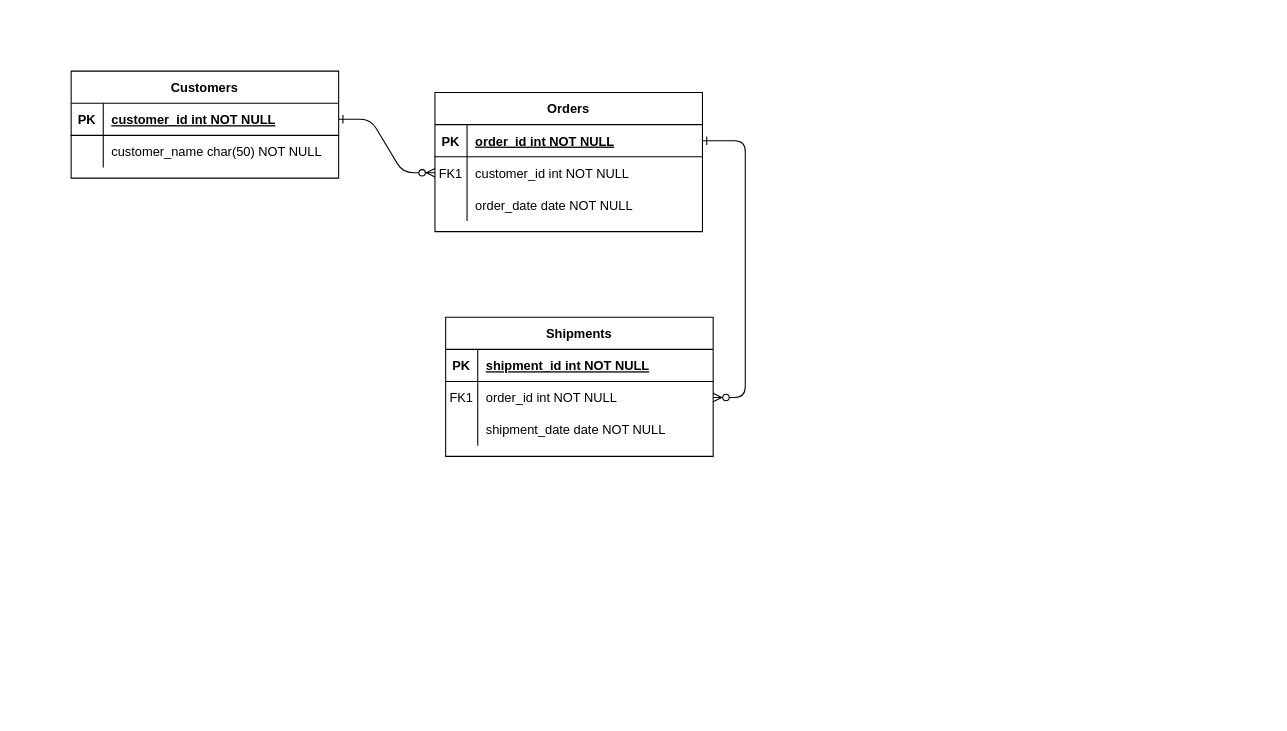
AgilRazzan/test keeps this draw.io diagram as E-commerce_DB_managemet.drawio. Above is the earlier version. Source tidied: cells renumbered, new cells numbered last; positions are measured from the earlier drawing's top-left corner, leaving out a move shared by most shapes. Both pictures are drawn from the tidied source at 107%, with x=0, y=0 at pixel (71, 71).
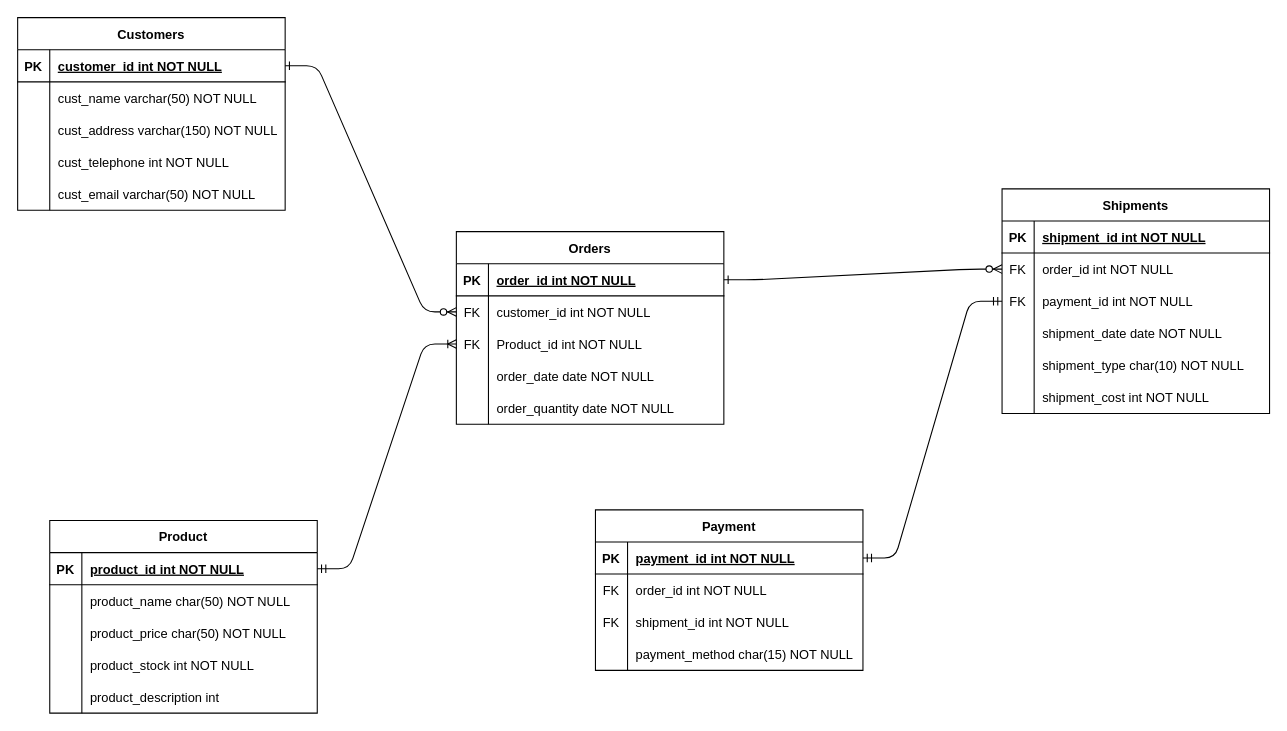
The same diagram, later.

Unchanged cells that the change refers to:
```xml
<mxCell id="8" style="shape=partialRectangle;fillColor=none;points=[[0,0.5],[1,0.5]];portConstraint=eastwest;top=0;left=0;right=0;bottom=0;" parent="4" vertex="1">
  <mxGeometry y="60" width="250" height="30" as="geometry" />
</mxCell>
<mxCell id="18" style="shape=partialRectangle;fillColor=none;points=[[0,0.5],[1,0.5]];portConstraint=eastwest;top=0;left=0;right=0;bottom=0;" parent="14" vertex="1">
  <mxGeometry y="60" width="250" height="30" as="geometry" />
</mxCell>
<mxCell id="28" style="shape=partialRectangle;fillColor=none;top=0;left=0;right=0;bottom=0;" parent="24" vertex="1">
  <mxGeometry y="60" width="250" height="30" as="geometry" />
</mxCell>
```

Change to the diagram source:
```diff
@@
     <mxCell id="4" value="Orders" style="shape=table;startSize=30;childLayout=tableLayout;rowLines=0;fontStyle=1;align=center;" parent="1" vertex="1">
-      <mxGeometry x="340" y="20" width="250" height="130" as="geometry" />
+      <mxGeometry x="360" y="150" width="250" height="180" as="geometry" />
     </mxCell>
@@
-    <mxCell id="9" value="FK1" style="shape=partialRectangle;overflow=hidden;fillColor=none;top=0;left=0;bottom=0;right=0;" parent="8" vertex="1">
+    <mxCell id="9" value="FK" style="shape=partialRectangle;overflow=hidden;fillColor=none;top=0;left=0;bottom=0;right=0;" parent="8" vertex="1">
       <mxGeometry width="30" height="30" as="geometry" />
     </mxCell>
@@
+    <mxCell id="31" style="shape=partialRectangle;fillColor=none;points=[[0,0.5],[1,0.5]];portConstraint=eastwest;top=0;left=0;right=0;bottom=0;" parent="4" vertex="1">
+      <mxGeometry y="90" width="250" height="30" as="geometry" />
+    </mxCell>
+    <mxCell id="32" value="FK" style="shape=partialRectangle;overflow=hidden;fillColor=none;top=0;left=0;bottom=0;right=0;" parent="31" vertex="1">
+      <mxGeometry width="30" height="30" as="geometry" />
+    </mxCell>
+    <mxCell id="33" value="Product_id int NOT NULL" style="shape=partialRectangle;overflow=hidden;fillColor=none;top=0;left=0;bottom=0;right=0;align=left;spacingLeft=6;" parent="31" vertex="1">
+      <mxGeometry x="30" width="220" height="30" as="geometry" />
+    </mxCell>
     <mxCell id="11" style="shape=partialRectangle;fillColor=none;top=0;left=0;right=0;bottom=0;" parent="4" vertex="1">
-      <mxGeometry y="90" width="250" height="30" as="geometry" />
+      <mxGeometry y="120" width="250" height="30" as="geometry" />
     </mxCell>
@@
+    <mxCell id="34" style="shape=partialRectangle;fillColor=none;top=0;left=0;right=0;bottom=0;" parent="4" vertex="1">
+      <mxGeometry y="150" width="250" height="30" as="geometry" />
+    </mxCell>
+    <mxCell id="35" style="shape=partialRectangle;overflow=hidden;fillColor=none;top=0;left=0;bottom=0;right=0;" parent="34" vertex="1">
+      <mxGeometry width="30" height="30" as="geometry" />
+    </mxCell>
+    <mxCell id="36" value="order_quantity date NOT NULL" style="shape=partialRectangle;overflow=hidden;fillColor=none;top=0;left=0;bottom=0;right=0;align=left;spacingLeft=6;" parent="34" vertex="1">
+      <mxGeometry x="30" width="220" height="30" as="geometry" />
+    </mxCell>
     <mxCell id="14" value="Shipments" style="shape=table;startSize=30;childLayout=tableLayout;rowLines=0;fontStyle=1;align=center;" parent="1" vertex="1">
-      <mxGeometry x="350" y="230" width="250" height="130" as="geometry" />
+      <mxGeometry x="870" y="110" width="250" height="210" as="geometry" />
     </mxCell>
@@
-    <mxCell id="19" value="FK1" style="shape=partialRectangle;overflow=hidden;fillColor=none;top=0;left=0;bottom=0;right=0;" parent="18" vertex="1">
+    <mxCell id="19" value="FK" style="shape=partialRectangle;overflow=hidden;fillColor=none;top=0;left=0;bottom=0;right=0;" parent="18" vertex="1">
       <mxGeometry width="30" height="30" as="geometry" />
     </mxCell>
@@
+    <mxCell id="37" style="shape=partialRectangle;fillColor=none;points=[[0,0.5],[1,0.5]];portConstraint=eastwest;top=0;left=0;right=0;bottom=0;" parent="14" vertex="1">
+      <mxGeometry y="90" width="250" height="30" as="geometry" />
+    </mxCell>
+    <mxCell id="38" value="FK" style="shape=partialRectangle;overflow=hidden;fillColor=none;top=0;left=0;bottom=0;right=0;" parent="37" vertex="1">
+      <mxGeometry width="30" height="30" as="geometry" />
+    </mxCell>
+    <mxCell id="39" value="payment_id int NOT NULL" style="shape=partialRectangle;overflow=hidden;fillColor=none;top=0;left=0;bottom=0;right=0;align=left;spacingLeft=6;" parent="37" vertex="1">
+      <mxGeometry x="30" width="220" height="30" as="geometry" />
+    </mxCell>
     <mxCell id="21" style="shape=partialRectangle;fillColor=none;top=0;left=0;right=0;bottom=0;" parent="14" vertex="1">
-      <mxGeometry y="90" width="250" height="30" as="geometry" />
+      <mxGeometry y="120" width="250" height="30" as="geometry" />
     </mxCell>
@@
+    <mxCell id="40" style="shape=partialRectangle;fillColor=none;top=0;left=0;right=0;bottom=0;" parent="14" vertex="1">
+      <mxGeometry y="150" width="250" height="30" as="geometry" />
+    </mxCell>
+    <mxCell id="41" style="shape=partialRectangle;overflow=hidden;fillColor=none;top=0;left=0;bottom=0;right=0;" parent="40" vertex="1">
+      <mxGeometry width="30" height="30" as="geometry" />
+    </mxCell>
+    <mxCell id="42" value="shipment_type char(10) NOT NULL" style="shape=partialRectangle;overflow=hidden;fillColor=none;top=0;left=0;bottom=0;right=0;align=left;spacingLeft=6;" parent="40" vertex="1">
+      <mxGeometry x="30" width="220" height="30" as="geometry" />
+    </mxCell>
+    <mxCell id="43" style="shape=partialRectangle;fillColor=none;top=0;left=0;right=0;bottom=0;" parent="14" vertex="1">
+      <mxGeometry y="180" width="250" height="30" as="geometry" />
+    </mxCell>
+    <mxCell id="44" style="shape=partialRectangle;overflow=hidden;fillColor=none;top=0;left=0;bottom=0;right=0;" parent="43" vertex="1">
+      <mxGeometry width="30" height="30" as="geometry" />
+    </mxCell>
+    <mxCell id="45" value="shipment_cost int NOT NULL" style="shape=partialRectangle;overflow=hidden;fillColor=none;top=0;left=0;bottom=0;right=0;align=left;spacingLeft=6;" parent="43" vertex="1">
+      <mxGeometry x="30" width="220" height="30" as="geometry" />
+    </mxCell>
     <mxCell id="24" value="Customers" style="shape=table;startSize=30;childLayout=tableLayout;rowLines=0;fontStyle=1;align=center;" parent="1" vertex="1">
-      <mxGeometry width="250" height="100" as="geometry" />
+      <mxGeometry x="-50" y="-50" width="250" height="180" as="geometry" />
     </mxCell>
@@
-    <mxCell id="29" style="shape=partialRectangle;overflow=hidden;fillColor=none;top=0;left=0;bottom=0;right=0;" parent="28" vertex="1">
+    <mxCell id="29" style="shape=partialRectangle;overflow=hidden;fillColor=none;top=0;left=0;bottom=0;right=0;strokeWidth=2;perimeterSpacing=4;sketch=1;curveFitting=1;jiggle=2;" parent="28" vertex="1">
       <mxGeometry width="30" height="30" as="geometry" />
     </mxCell>
-    <mxCell id="30" value="customer_name char(50) NOT NULL" style="shape=partialRectangle;overflow=hidden;fillColor=none;top=0;left=0;bottom=0;right=0;align=left;spacingLeft=6;" parent="28" vertex="1">
+    <mxCell id="30" value="cust_name varchar(50) NOT NULL" style="shape=partialRectangle;overflow=hidden;fillColor=none;top=0;left=0;bottom=0;right=0;align=left;spacingLeft=6;strokeWidth=2;perimeterSpacing=0;strokeColor=#333333;sketch=1;curveFitting=1;jiggle=2;" parent="28" vertex="1">
       <mxGeometry x="30" width="220" height="30" as="geometry" />
     </mxCell>
+    <mxCell id="46" style="shape=partialRectangle;fillColor=none;top=0;left=0;right=0;bottom=0;" parent="24" vertex="1">
+      <mxGeometry y="90" width="250" height="30" as="geometry" />
+    </mxCell>
+    <mxCell id="47" style="shape=partialRectangle;overflow=hidden;fillColor=none;top=0;left=0;bottom=0;right=0;strokeWidth=2;perimeterSpacing=4;" parent="46" vertex="1">
+      <mxGeometry width="30" height="30" as="geometry" />
+    </mxCell>
+    <mxCell id="48" value="cust_address varchar(150) NOT NULL" style="shape=partialRectangle;overflow=hidden;fillColor=none;top=0;left=0;bottom=0;right=0;align=left;spacingLeft=6;strokeWidth=2;perimeterSpacing=4;" parent="46" vertex="1">
+      <mxGeometry x="30" width="220" height="30" as="geometry" />
+    </mxCell>
+    <mxCell id="49" style="shape=partialRectangle;fillColor=none;top=0;left=0;right=0;bottom=0;" parent="24" vertex="1">
+      <mxGeometry y="120" width="250" height="30" as="geometry" />
+    </mxCell>
+    <mxCell id="50" style="shape=partialRectangle;overflow=hidden;fillColor=none;top=0;left=0;bottom=0;right=0;strokeWidth=2;perimeterSpacing=4;" parent="49" vertex="1">
+      <mxGeometry width="30" height="30" as="geometry" />
+    </mxCell>
+    <mxCell id="51" value="cust_telephone int NOT NULL" style="shape=partialRectangle;overflow=hidden;fillColor=none;top=0;left=0;bottom=0;right=0;align=left;spacingLeft=6;strokeWidth=2;perimeterSpacing=4;" parent="49" vertex="1">
+      <mxGeometry x="30" width="220" height="30" as="geometry" />
+    </mxCell>
+    <mxCell id="52" style="shape=partialRectangle;fillColor=none;top=0;left=0;right=0;bottom=0;" parent="24" vertex="1">
+      <mxGeometry y="150" width="250" height="30" as="geometry" />
+    </mxCell>
+    <mxCell id="53" style="shape=partialRectangle;overflow=hidden;fillColor=none;top=0;left=0;bottom=0;right=0;strokeWidth=2;perimeterSpacing=4;" parent="52" vertex="1">
+      <mxGeometry width="30" height="30" as="geometry" />
+    </mxCell>
+    <mxCell id="54" value="cust_email varchar(50) NOT NULL" style="shape=partialRectangle;overflow=hidden;fillColor=none;top=0;left=0;bottom=0;right=0;align=left;spacingLeft=6;strokeWidth=2;perimeterSpacing=4;" parent="52" vertex="1">
+      <mxGeometry x="30" width="220" height="30" as="geometry" />
+    </mxCell>
+    <mxCell id="55" value="Payment" style="shape=table;startSize=30;childLayout=tableLayout;rowLines=0;fontStyle=1;align=center;" parent="1" vertex="1">
+      <mxGeometry x="490" y="410" width="250" height="150" as="geometry" />
+    </mxCell>
+    <mxCell id="56" style="shape=partialRectangle;fillColor=none;points=[[0,0.5],[1,0.5]];portConstraint=eastwest;top=0;left=0;right=0;bottom=1;" parent="55" vertex="1">
+      <mxGeometry y="30" width="250" height="30" as="geometry" />
+    </mxCell>
+    <mxCell id="57" value="PK" style="shape=partialRectangle;overflow=hidden;fillColor=none;top=0;left=0;bottom=0;right=0;fontStyle=1;" parent="56" vertex="1">
+      <mxGeometry width="30" height="30" as="geometry" />
+    </mxCell>
+    <mxCell id="58" value="payment_id int NOT NULL " style="shape=partialRectangle;overflow=hidden;fillColor=none;top=0;left=0;bottom=0;right=0;align=left;spacingLeft=6;fontStyle=5;" parent="56" vertex="1">
+      <mxGeometry x="30" width="220" height="30" as="geometry" />
+    </mxCell>
+    <mxCell id="59" style="shape=partialRectangle;fillColor=none;top=0;left=0;right=0;bottom=0;" parent="55" vertex="1">
+      <mxGeometry y="60" width="250" height="30" as="geometry" />
+    </mxCell>
+    <mxCell id="60" value="FK" style="shape=partialRectangle;overflow=hidden;fillColor=none;top=0;left=0;bottom=0;right=0;" parent="59" vertex="1">
+      <mxGeometry width="30" height="30" as="geometry" />
+    </mxCell>
+    <mxCell id="61" value="order_id int NOT NULL" style="shape=partialRectangle;overflow=hidden;fillColor=none;top=0;left=0;bottom=0;right=0;align=left;spacingLeft=6;" parent="59" vertex="1">
+      <mxGeometry x="30" width="220" height="30" as="geometry" />
+    </mxCell>
+    <mxCell id="62" style="shape=partialRectangle;fillColor=none;top=0;left=0;right=0;bottom=0;" parent="55" vertex="1">
+      <mxGeometry y="90" width="250" height="30" as="geometry" />
+    </mxCell>
+    <mxCell id="63" value="FK" style="shape=partialRectangle;overflow=hidden;fillColor=none;top=0;left=0;bottom=0;right=0;" parent="62" vertex="1">
+      <mxGeometry width="30" height="30" as="geometry" />
+    </mxCell>
+    <mxCell id="64" value="shipment_id int NOT NULL" style="shape=partialRectangle;overflow=hidden;fillColor=none;top=0;left=0;bottom=0;right=0;align=left;spacingLeft=6;" parent="62" vertex="1">
+      <mxGeometry x="30" width="220" height="30" as="geometry" />
+    </mxCell>
+    <mxCell id="65" style="shape=partialRectangle;fillColor=none;top=0;left=0;right=0;bottom=0;" parent="55" vertex="1">
+      <mxGeometry y="120" width="250" height="30" as="geometry" />
+    </mxCell>
+    <mxCell id="66" style="shape=partialRectangle;overflow=hidden;fillColor=none;top=0;left=0;bottom=0;right=0;" parent="65" vertex="1">
+      <mxGeometry width="30" height="30" as="geometry" />
+    </mxCell>
+    <mxCell id="67" value="payment_method char(15) NOT NULL" style="shape=partialRectangle;overflow=hidden;fillColor=none;top=0;left=0;bottom=0;right=0;align=left;spacingLeft=6;" parent="65" vertex="1">
+      <mxGeometry x="30" width="220" height="30" as="geometry" />
+    </mxCell>
+    <mxCell id="68" value="Product" style="shape=table;startSize=30;childLayout=tableLayout;rowLines=0;fontStyle=1;align=center;" parent="1" vertex="1">
+      <mxGeometry x="-20" y="420" width="250" height="180" as="geometry" />
+    </mxCell>
+    <mxCell id="69" style="shape=partialRectangle;fillColor=none;points=[[0,0.5],[1,0.5]];portConstraint=eastwest;top=0;left=0;right=0;bottom=1;" parent="68" vertex="1">
+      <mxGeometry y="30" width="250" height="30" as="geometry" />
+    </mxCell>
+    <mxCell id="70" value="PK" style="shape=partialRectangle;overflow=hidden;fillColor=none;top=0;left=0;bottom=0;right=0;fontStyle=1;" parent="69" vertex="1">
+      <mxGeometry width="30" height="30" as="geometry" />
+    </mxCell>
+    <mxCell id="71" value="product_id int NOT NULL " style="shape=partialRectangle;overflow=hidden;fillColor=none;top=0;left=0;bottom=0;right=0;align=left;spacingLeft=6;fontStyle=5;" parent="69" vertex="1">
+      <mxGeometry x="30" width="220" height="30" as="geometry" />
+    </mxCell>
+    <mxCell id="72" style="shape=partialRectangle;fillColor=none;top=0;left=0;right=0;bottom=0;" parent="68" vertex="1">
+      <mxGeometry y="60" width="250" height="30" as="geometry" />
+    </mxCell>
+    <mxCell id="73" style="shape=partialRectangle;overflow=hidden;fillColor=none;top=0;left=0;bottom=0;right=0;" parent="72" vertex="1">
+      <mxGeometry width="30" height="30" as="geometry" />
+    </mxCell>
+    <mxCell id="74" value="product_name char(50) NOT NULL" style="shape=partialRectangle;overflow=hidden;fillColor=none;top=0;left=0;bottom=0;right=0;align=left;spacingLeft=6;" parent="72" vertex="1">
+      <mxGeometry x="30" width="220" height="30" as="geometry" />
+    </mxCell>
+    <mxCell id="75" style="shape=partialRectangle;fillColor=none;top=0;left=0;right=0;bottom=0;" parent="68" vertex="1">
+      <mxGeometry y="90" width="250" height="30" as="geometry" />
+    </mxCell>
+    <mxCell id="76" style="shape=partialRectangle;overflow=hidden;fillColor=none;top=0;left=0;bottom=0;right=0;" parent="75" vertex="1">
+      <mxGeometry width="30" height="30" as="geometry" />
+    </mxCell>
+    <mxCell id="77" value="product_price char(50) NOT NULL" style="shape=partialRectangle;overflow=hidden;fillColor=none;top=0;left=0;bottom=0;right=0;align=left;spacingLeft=6;" parent="75" vertex="1">
+      <mxGeometry x="30" width="220" height="30" as="geometry" />
+    </mxCell>
+    <mxCell id="78" style="shape=partialRectangle;fillColor=none;top=0;left=0;right=0;bottom=0;" parent="68" vertex="1">
+      <mxGeometry y="120" width="250" height="30" as="geometry" />
+    </mxCell>
+    <mxCell id="79" style="shape=partialRectangle;overflow=hidden;fillColor=none;top=0;left=0;bottom=0;right=0;" parent="78" vertex="1">
+      <mxGeometry width="30" height="30" as="geometry" />
+    </mxCell>
+    <mxCell id="80" value="product_stock int NOT NULL" style="shape=partialRectangle;overflow=hidden;fillColor=none;top=0;left=0;bottom=0;right=0;align=left;spacingLeft=6;" parent="78" vertex="1">
+      <mxGeometry x="30" width="220" height="30" as="geometry" />
+    </mxCell>
+    <mxCell id="81" style="shape=partialRectangle;fillColor=none;top=0;left=0;right=0;bottom=0;" parent="68" vertex="1">
+      <mxGeometry y="150" width="250" height="30" as="geometry" />
+    </mxCell>
+    <mxCell id="82" style="shape=partialRectangle;overflow=hidden;fillColor=none;top=0;left=0;bottom=0;right=0;" parent="81" vertex="1">
+      <mxGeometry width="30" height="30" as="geometry" />
+    </mxCell>
+    <mxCell id="83" value="product_description int " style="shape=partialRectangle;overflow=hidden;fillColor=none;top=0;left=0;bottom=0;right=0;align=left;spacingLeft=6;" parent="81" vertex="1">
+      <mxGeometry x="30" width="220" height="30" as="geometry" />
+    </mxCell>
+    <mxCell id="84" style="edgeStyle=entityRelationEdgeStyle;fontSize=12;html=1;endArrow=ERmandOne;startArrow=ERmandOne;rounded=1;entryX=0;entryY=0.5;entryDx=0;entryDy=0;exitX=1;exitY=0.5;exitDx=0;exitDy=0;curved=0;" parent="1" edge="1" source="56" target="37">
+      <mxGeometry relative="1" as="geometry" />
+    </mxCell>
+    <mxCell id="85" style="edgeStyle=entityRelationEdgeStyle;fontSize=12;html=1;endArrow=ERoneToMany;startArrow=ERmandOne;rounded=1;entryX=0;entryY=0.5;entryDx=0;entryDy=0;exitX=1;exitY=0.5;exitDx=0;exitDy=0;curved=0;" parent="1" edge="1" source="69" target="31">
+      <mxGeometry relative="1" as="geometry" />
+    </mxCell>
```
